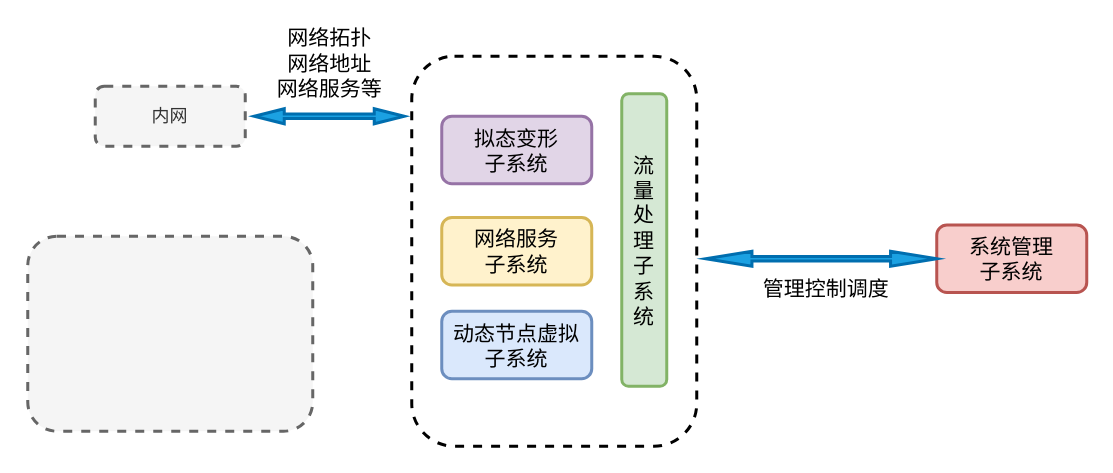
qiuqiu1234/my-test-pro keeps this draw.io diagram as 系统工作原理.drawio. Above is the earlier version. Source tidied: cells renumbered, new cells numbered last; positions are measured from the earlier drawing's top-left corner, leaving out a move shared by most shapes. Both pictures are drawn from the tidied source at 150%, with x=0, y=0 at pixel (27, 40).
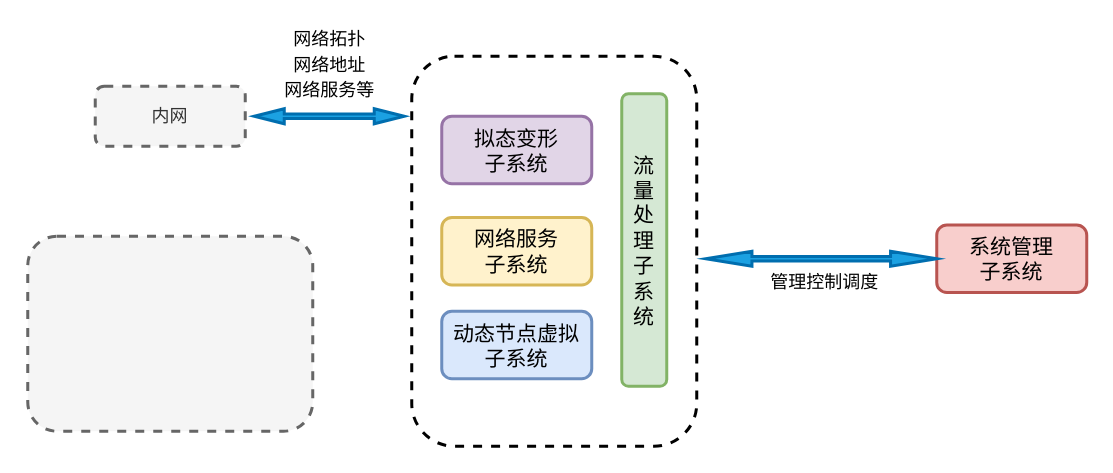
Above is the later version.

Commit message (it also covers changes not shown here):
更新系统工作原理.drawio

Diff of the diagram source:
```diff
@@
 <mxGraphModel background="#ffffff">
   <root>
     <mxCell id="0" />
     <mxCell id="1" parent="0" />
     <mxCell id="2" value="内网" style="rounded=1;whiteSpace=wrap;html=1;dashed=1;strokeWidth=2;fillColor=#f5f5f5;fontColor=#333333;strokeColor=#666666;" parent="1" vertex="1">
       <mxGeometry x="45" y="30" width="100" height="40" as="geometry" />
     </mxCell>
     <mxCell id="3" style="rounded=1;whiteSpace=wrap;html=1;dashed=1;strokeWidth=2;fillColor=#f5f5f5;fontColor=#333333;strokeColor=#666666;" parent="1" vertex="1">
       <mxGeometry y="130" width="190" height="130" as="geometry" />
     </mxCell>
     <mxCell id="4" style="rounded=1;whiteSpace=wrap;html=1;dashed=1;strokeWidth=2;" parent="1" vertex="1">
       <mxGeometry x="256" y="10" width="190" height="260" as="geometry" />
     </mxCell>
     <mxCell id="5" value="拟态变形&lt;br&gt;子系统" style="rounded=1;whiteSpace=wrap;html=1;strokeWidth=2;fontSize=14;fillColor=#e1d5e7;strokeColor=#9673a6;" parent="1" vertex="1">
       <mxGeometry x="276" y="50" width="100" height="45" as="geometry" />
     </mxCell>
     <mxCell id="6" value="流&lt;br&gt;量&lt;br&gt;处&lt;br&gt;理&lt;br&gt;子&lt;br&gt;系&lt;br&gt;统" style="rounded=1;whiteSpace=wrap;html=1;strokeWidth=2;fontSize=14;fillColor=#d5e8d4;strokeColor=#82b366;" parent="1" vertex="1">
       <mxGeometry x="396" y="35" width="30" height="195" as="geometry" />
     </mxCell>
     <mxCell id="7" value="网络服务&lt;br&gt;子系统" style="rounded=1;whiteSpace=wrap;html=1;strokeWidth=2;fontSize=14;fillColor=#fff2cc;strokeColor=#d6b656;" parent="1" vertex="1">
       <mxGeometry x="276" y="117.5" width="100" height="45" as="geometry" />
     </mxCell>
     <mxCell id="8" value="动态节点虚拟&lt;br&gt;子系统" style="rounded=1;whiteSpace=wrap;html=1;strokeWidth=2;fontSize=14;fillColor=#dae8fc;strokeColor=#6c8ebf;" parent="1" vertex="1">
       <mxGeometry x="276" y="180" width="100" height="45" as="geometry" />
     </mxCell>
     <mxCell id="9" value="系统管理&lt;br&gt;子系统" style="rounded=1;whiteSpace=wrap;html=1;strokeWidth=2;fontSize=14;fillColor=#f8cecc;strokeColor=#b85450;" parent="1" vertex="1">
       <mxGeometry x="606" y="122.5" width="100" height="45" as="geometry" />
     </mxCell>
     <mxCell id="10" style="shape=doubleArrow;whiteSpace=wrap;html=1;strokeColor=#006EAF;strokeWidth=2;fontSize=14;fillColor=#1ba1e2;fontColor=#ffffff;" parent="1" vertex="1">
       <mxGeometry x="452" y="140" width="154" height="10" as="geometry" />
     </mxCell>
-    <mxCell id="11" value="管理控制调度" style="text;html=1;strokeColor=none;fillColor=none;align=center;verticalAlign=middle;whiteSpace=wrap;rounded=0;fontSize=14;" parent="1" vertex="1">
-      <mxGeometry x="487.5" y="150" width="89" height="30" as="geometry" />
+    <mxCell id="11" value="&lt;font style=&quot;font-size: 12px;&quot;&gt;管理控制调度&lt;/font&gt;" style="text;html=1;strokeColor=none;fillColor=none;align=center;verticalAlign=middle;whiteSpace=wrap;rounded=0;fontSize=14;" parent="1" vertex="1">
+      <mxGeometry x="486.5" y="145" width="89" height="30" as="geometry" />
     </mxCell>
-    <mxCell id="12" value="网络拓扑&lt;br&gt;网络地址&lt;br&gt;网络服务等" style="text;html=1;strokeColor=none;fillColor=none;align=center;verticalAlign=middle;whiteSpace=wrap;rounded=0;fontSize=14;" parent="1" vertex="1">
+    <mxCell id="12" value="&lt;font style=&quot;font-size: 12px;&quot;&gt;网络拓扑&lt;br&gt;网络地址&lt;br&gt;网络服务等&lt;/font&gt;" style="text;html=1;strokeColor=none;fillColor=none;align=center;verticalAlign=middle;whiteSpace=wrap;rounded=0;fontSize=14;" parent="1" vertex="1">
       <mxGeometry x="156.5" width="89" height="30" as="geometry" />
     </mxCell>
     <mxCell id="13" style="shape=doubleArrow;whiteSpace=wrap;html=1;strokeColor=#006EAF;strokeWidth=2;fontSize=14;fillColor=#1ba1e2;fontColor=#ffffff;" parent="1" vertex="1">
       <mxGeometry x="151" y="45" width="100" height="10" as="geometry" />
     </mxCell>
   </root>
 </mxGraphModel>
```
